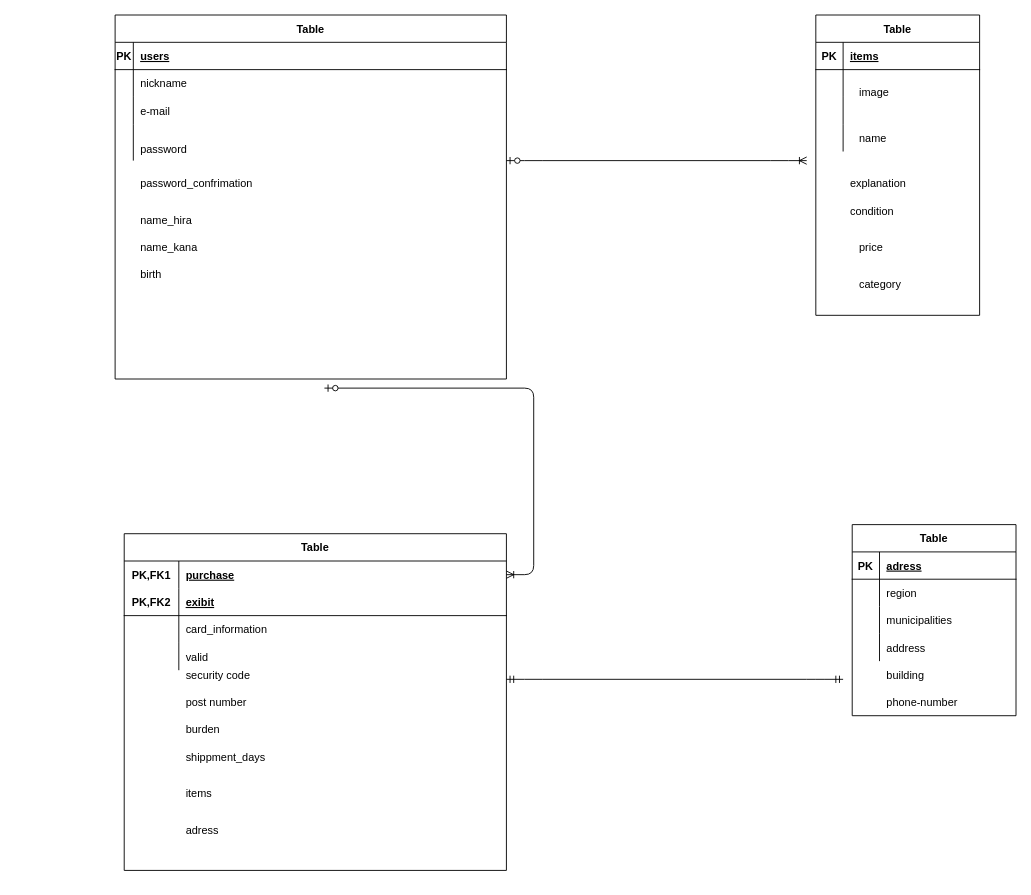
mikimm/furima-38386 keeps this draw.io diagram as test.dio. Above is the earlier version. Source tidied: cells renumbered, new cells numbered last; positions are measured from the earlier drawing's top-left corner, leaving out a move shared by most shapes. Both pictures are drawn from the tidied source at 91%, with x=0, y=0 at pixel (115, 15).
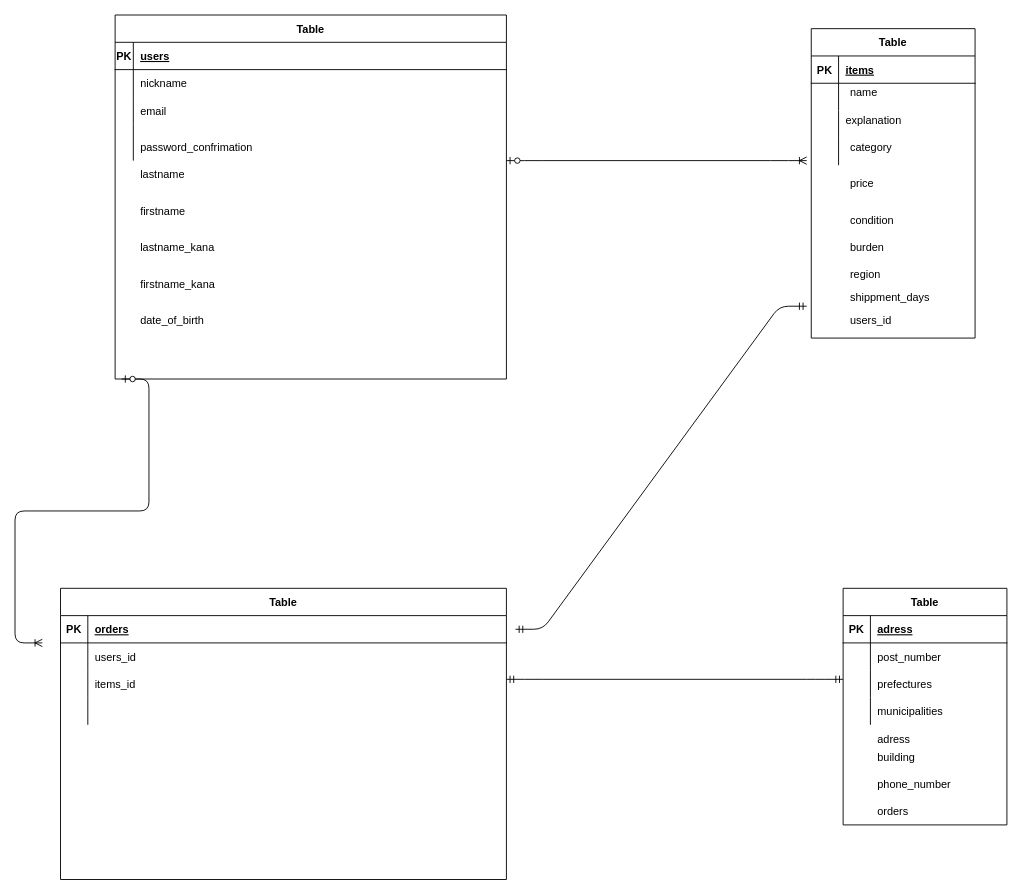
The same diagram, later.

Commit message (it also covers changes not shown here):
データベース設計修正

The change refers to these unchanged cells:
```xml
<mxCell id="22" style="shape=partialRectangle;fillColor=none;top=0;left=0;bottom=0;right=0;" parent="15" vertex="1">
  <mxGeometry y="90" width="430" height="30" as="geometry" />
</mxCell>
<mxCell id="25" style="shape=partialRectangle;fillColor=none;top=0;left=0;bottom=0;right=0;" parent="15" vertex="1">
  <mxGeometry y="120" width="430" height="40" as="geometry" />
</mxCell>
<mxCell id="55" style="shape=partialRectangle;fillColor=none;top=0;left=0;bottom=0;right=0;" parent="51" vertex="1">
  <mxGeometry y="60" width="180" height="30" as="geometry" />
</mxCell>
<mxCell id="58" style="shape=partialRectangle;fillColor=none;top=0;left=0;bottom=0;right=0;" parent="51" vertex="1">
  <mxGeometry y="90" width="180" height="30" as="geometry" />
</mxCell>
<mxCell id="61" style="shape=partialRectangle;fillColor=none;top=0;left=0;bottom=0;right=0;" parent="51" vertex="1">
  <mxGeometry y="120" width="180" height="30" as="geometry" />
</mxCell>
```

Diff of the diagram source:
```diff
@@
     <mxCell id="2" value="Table" style="shape=table;startSize=30;childLayout=tableLayout;rowLines=0;fontStyle=1;align=center;" parent="1" vertex="1">
-      <mxGeometry x="770" width="180" height="330" as="geometry" />
+      <mxGeometry x="765" y="15" width="180" height="340" as="geometry" />
     </mxCell>
@@
-    <mxCell id="24" value="e-mail" style="shape=partialRectangle;fillColor=none;top=0;left=0;bottom=0;right=0;align=left;spacingLeft=6;overflow=hidden;" parent="22" vertex="1">
+    <mxCell id="24" value="email" style="shape=partialRectangle;fillColor=none;top=0;left=0;bottom=0;right=0;align=left;spacingLeft=6;overflow=hidden;" parent="22" vertex="1">
       <mxGeometry x="20" width="410" height="30" as="geometry" />
     </mxCell>
@@
-    <mxCell id="27" value="&#10;password" style="shape=partialRectangle;fillColor=none;top=0;left=0;bottom=0;right=0;align=left;spacingLeft=6;overflow=hidden;" parent="25" vertex="1">
+    <mxCell id="27" style="shape=partialRectangle;fillColor=none;top=0;left=0;bottom=0;right=0;align=left;spacingLeft=6;overflow=hidden;" parent="25" vertex="1">
       <mxGeometry x="20" width="410" height="40" as="geometry" />
     </mxCell>
-    <mxCell id="28" value="Table" style="shape=table;startSize=30;childLayout=tableLayout;rowLines=0;fontStyle=1;align=center;" parent="1" vertex="1">
-      <mxGeometry x="10" y="570" width="420" height="370" as="geometry" />
-    </mxCell>
-    <mxCell id="29" style="shape=partialRectangle;fillColor=none;top=0;left=0;bottom=0;right=0;points=[[0,0.5],[1,0.5]];portConstraint=eastwest;" parent="28" vertex="1">
-      <mxGeometry y="30" width="420" height="30" as="geometry" />
-    </mxCell>
-    <mxCell id="30" value="PK,FK1" style="shape=partialRectangle;fillColor=none;top=0;left=0;bottom=0;right=0;fontStyle=1;overflow=hidden;" parent="29" vertex="1">
-      <mxGeometry width="60" height="30" as="geometry" />
-    </mxCell>
-    <mxCell id="31" value="purchase" style="shape=partialRectangle;fillColor=none;top=0;left=0;bottom=0;right=0;align=left;spacingLeft=6;fontStyle=5;overflow=hidden;" parent="29" vertex="1">
-      <mxGeometry x="60" width="360" height="30" as="geometry" />
-    </mxCell>
-    <mxCell id="32" style="shape=partialRectangle;fillColor=none;top=0;left=0;bottom=1;right=0;" parent="28" vertex="1">
-      <mxGeometry y="60" width="420" height="30" as="geometry" />
-    </mxCell>
-    <mxCell id="33" value="PK,FK2" style="shape=partialRectangle;fillColor=none;top=0;left=0;bottom=0;right=0;fontStyle=1;overflow=hidden;" parent="32" vertex="1">
-      <mxGeometry width="60" height="30" as="geometry" />
-    </mxCell>
-    <mxCell id="34" value="exibit" style="shape=partialRectangle;fillColor=none;top=0;left=0;bottom=0;right=0;align=left;spacingLeft=6;fontStyle=5;overflow=hidden;" parent="32" vertex="1">
-      <mxGeometry x="60" width="360" height="30" as="geometry" />
-    </mxCell>
-    <mxCell id="35" style="shape=partialRectangle;fillColor=none;top=0;left=0;bottom=0;right=0;" parent="28" vertex="1">
-      <mxGeometry y="90" width="420" height="30" as="geometry" />
-    </mxCell>
-    <mxCell id="36" style="shape=partialRectangle;fillColor=none;top=0;left=0;bottom=0;right=0;overflow=hidden;" parent="35" vertex="1">
-      <mxGeometry width="60" height="30" as="geometry" />
-    </mxCell>
-    <mxCell id="37" value="card_information" style="shape=partialRectangle;fillColor=none;top=0;left=0;bottom=0;right=0;align=left;spacingLeft=6;overflow=hidden;" parent="35" vertex="1">
-      <mxGeometry x="60" width="360" height="30" as="geometry" />
-    </mxCell>
-    <mxCell id="38" style="shape=partialRectangle;fillColor=none;top=0;left=0;bottom=0;right=0;" parent="28" vertex="1">
-      <mxGeometry y="120" width="420" height="30" as="geometry" />
-    </mxCell>
-    <mxCell id="39" style="shape=partialRectangle;fillColor=none;top=0;left=0;bottom=0;right=0;overflow=hidden;" parent="38" vertex="1">
-      <mxGeometry width="60" height="30" as="geometry" />
-    </mxCell>
-    <mxCell id="40" value="valid" style="shape=partialRectangle;fillColor=none;top=0;left=0;bottom=0;right=0;align=left;spacingLeft=6;overflow=hidden;" parent="38" vertex="1">
-      <mxGeometry x="60" width="360" height="30" as="geometry" />
-    </mxCell>
-    <mxCell id="41" value="birth" style="shape=partialRectangle;fillColor=none;top=0;left=0;bottom=0;right=0;align=left;spacingLeft=6;overflow=hidden;" parent="1" vertex="1">
-      <mxGeometry x="20" y="270" width="150" height="30" as="geometry" />
+    <mxCell id="41" value="date_of_birth" style="shape=partialRectangle;fillColor=none;top=0;left=0;bottom=0;right=0;align=left;spacingLeft=6;overflow=hidden;" parent="1" vertex="1">
+      <mxGeometry x="20" y="320" width="150" height="30" as="geometry" />
     </mxCell>
     <mxCell id="42" value="password_confrimation" style="shape=partialRectangle;fillColor=none;top=0;left=0;bottom=0;right=0;align=left;spacingLeft=6;overflow=hidden;" parent="1" vertex="1">
-      <mxGeometry x="20" y="170" width="150" height="30" as="geometry" />
+      <mxGeometry x="20" y="130" width="150" height="30" as="geometry" />
     </mxCell>
-    <mxCell id="43" value="name_hira" style="shape=partialRectangle;fillColor=none;top=0;left=0;bottom=0;right=0;align=left;spacingLeft=6;overflow=hidden;" parent="1" vertex="1">
-      <mxGeometry x="20" y="210" width="150" height="30" as="geometry" />
+    <mxCell id="43" value="lastname_kana" style="shape=partialRectangle;fillColor=none;top=0;left=0;bottom=0;right=0;align=left;spacingLeft=6;overflow=hidden;" parent="1" vertex="1">
+      <mxGeometry x="20" y="240" width="150" height="30" as="geometry" />
     </mxCell>
-    <mxCell id="44" value="name_kana" style="shape=partialRectangle;fillColor=none;top=0;left=0;bottom=0;right=0;align=left;spacingLeft=6;overflow=hidden;" parent="1" vertex="1">
-      <mxGeometry x="20" y="240" width="150" height="30" as="geometry" />
+    <mxCell id="44" value="firstname_kana" style="shape=partialRectangle;fillColor=none;top=0;left=0;bottom=0;right=0;align=left;spacingLeft=6;overflow=hidden;" parent="1" vertex="1">
+      <mxGeometry x="20" y="280" width="150" height="30" as="geometry" />
     </mxCell>
-    <mxCell id="45" value="security code" style="shape=partialRectangle;fillColor=none;top=0;left=0;bottom=0;right=0;align=left;spacingLeft=6;overflow=hidden;" parent="1" vertex="1">
-      <mxGeometry x="70" y="710" width="360" height="30" as="geometry" />
-    </mxCell>
-    <mxCell id="46" value="post number" style="shape=partialRectangle;fillColor=none;top=0;left=0;bottom=0;right=0;align=left;spacingLeft=6;overflow=hidden;" parent="1" vertex="1">
-      <mxGeometry x="70" y="740" width="360" height="30" as="geometry" />
-    </mxCell>
-    <mxCell id="47" value="shippment_days" style="shape=partialRectangle;fillColor=none;top=0;left=0;bottom=0;right=0;align=left;spacingLeft=6;overflow=hidden;" parent="1" vertex="1">
-      <mxGeometry x="70" y="800" width="360" height="30" as="geometry" />
-    </mxCell>
-    <mxCell id="48" value="burden" style="shape=partialRectangle;fillColor=none;top=0;left=0;bottom=0;right=0;align=left;spacingLeft=6;overflow=hidden;" parent="1" vertex="1">
+    <mxCell id="48" style="shape=partialRectangle;fillColor=none;top=0;left=0;bottom=0;right=0;align=left;spacingLeft=6;overflow=hidden;" parent="1" vertex="1">
       <mxGeometry x="70" y="770" width="360" height="30" as="geometry" />
     </mxCell>
-    <mxCell id="49" value="condition" style="shape=partialRectangle;fillColor=none;top=0;left=0;bottom=0;right=0;align=left;spacingLeft=6;overflow=hidden;" parent="1" vertex="1">
-      <mxGeometry x="800" y="200" width="90" height="30" as="geometry" />
+    <mxCell id="49" value="category" style="shape=partialRectangle;fillColor=none;top=0;left=0;bottom=0;right=0;align=left;spacingLeft=6;overflow=hidden;" parent="1" vertex="1">
+      <mxGeometry x="800" y="130" width="90" height="30" as="geometry" />
     </mxCell>
     <mxCell id="50" value="price" style="shape=partialRectangle;fillColor=none;top=0;left=0;bottom=0;right=0;align=left;spacingLeft=6;overflow=hidden;" parent="1" vertex="1">
-      <mxGeometry x="810" y="240" width="120" height="30" as="geometry" />
+      <mxGeometry x="800" y="170" width="120" height="30" as="geometry" />
     </mxCell>
     <mxCell id="51" value="Table" style="shape=table;startSize=30;childLayout=tableLayout;rowLines=0;fontStyle=1;align=center;" parent="1" vertex="1">
-      <mxGeometry x="810" y="560" width="180" height="210" as="geometry" />
+      <mxGeometry x="800" y="630" width="180" height="260" as="geometry" />
     </mxCell>
@@
-    <mxCell id="57" value="region" style="shape=partialRectangle;fillColor=none;top=0;left=0;bottom=0;right=0;align=left;spacingLeft=6;overflow=hidden;" parent="55" vertex="1">
+    <mxCell id="57" value="post_number" style="shape=partialRectangle;fillColor=none;top=0;left=0;bottom=0;right=0;align=left;spacingLeft=6;overflow=hidden;" parent="55" vertex="1">
       <mxGeometry x="30" width="150" height="30" as="geometry" />
     </mxCell>
@@
-    <mxCell id="60" value="municipalities" style="shape=partialRectangle;fillColor=none;top=0;left=0;bottom=0;right=0;align=left;spacingLeft=6;overflow=hidden;" parent="58" vertex="1">
+    <mxCell id="60" value="prefectures" style="shape=partialRectangle;fillColor=none;top=0;left=0;bottom=0;right=0;align=left;spacingLeft=6;overflow=hidden;" parent="58" vertex="1">
       <mxGeometry x="30" width="150" height="30" as="geometry" />
     </mxCell>
@@
-    <mxCell id="63" value="address" style="shape=partialRectangle;fillColor=none;top=0;left=0;bottom=0;right=0;align=left;spacingLeft=6;overflow=hidden;" parent="61" vertex="1">
+    <mxCell id="63" value="municipalities" style="shape=partialRectangle;fillColor=none;top=0;left=0;bottom=0;right=0;align=left;spacingLeft=6;overflow=hidden;" parent="61" vertex="1">
       <mxGeometry x="30" width="150" height="30" as="geometry" />
     </mxCell>
@@
-    <mxCell id="65" value="building" style="shape=partialRectangle;fillColor=none;top=0;left=0;bottom=0;right=0;align=left;spacingLeft=6;overflow=hidden;" parent="1" vertex="1">
-      <mxGeometry x="840" y="710" width="150" height="30" as="geometry" />
-    </mxCell>
-    <mxCell id="66" value="phone-number" style="shape=partialRectangle;fillColor=none;top=0;left=0;bottom=0;right=0;align=left;spacingLeft=6;overflow=hidden;" parent="1" vertex="1">
-      <mxGeometry x="840" y="740" width="150" height="30" as="geometry" />
-    </mxCell>
-    <mxCell id="67" value="image" style="shape=partialRectangle;fillColor=none;top=0;left=0;bottom=0;right=0;align=left;spacingLeft=6;overflow=hidden;" parent="1" vertex="1">
-      <mxGeometry x="810" y="70" width="150" height="30" as="geometry" />
-    </mxCell>
     <mxCell id="68" value="name" style="shape=partialRectangle;fillColor=none;top=0;left=0;bottom=0;right=0;align=left;spacingLeft=6;overflow=hidden;" parent="1" vertex="1">
-      <mxGeometry x="810" y="120" width="150" height="30" as="geometry" />
+      <mxGeometry x="800" y="70" width="150" height="30" as="geometry" />
     </mxCell>
     <mxCell id="69" value="explanation" style="shape=partialRectangle;fillColor=none;top=0;left=0;bottom=0;right=0;align=left;spacingLeft=6;overflow=hidden;" parent="1" vertex="1">
-      <mxGeometry x="800" y="170" width="150" height="30" as="geometry" />
+      <mxGeometry x="795" y="100" width="150" height="30" as="geometry" />
     </mxCell>
-    <mxCell id="70" value="category" style="shape=partialRectangle;fillColor=none;top=0;left=0;bottom=0;right=0;align=left;spacingLeft=6;overflow=hidden;" parent="1" vertex="1">
-      <mxGeometry x="810" y="280" width="120" height="30" as="geometry" />
+    <mxCell id="70" value="condition" style="shape=partialRectangle;fillColor=none;top=0;left=0;bottom=0;right=0;align=left;spacingLeft=6;overflow=hidden;" parent="1" vertex="1">
+      <mxGeometry x="800" y="210" width="120" height="30" as="geometry" />
     </mxCell>
-    <mxCell id="71" value="items" style="shape=partialRectangle;fillColor=none;top=0;left=0;bottom=0;right=0;align=left;spacingLeft=6;overflow=hidden;" parent="1" vertex="1">
-      <mxGeometry x="70" y="840" width="360" height="30" as="geometry" />
-    </mxCell>
-    <mxCell id="72" value="adress" style="shape=partialRectangle;fillColor=none;top=0;left=0;bottom=0;right=0;align=left;spacingLeft=6;overflow=hidden;" parent="1" vertex="1">
-      <mxGeometry x="70" y="880" width="360" height="30" as="geometry" />
-    </mxCell>
@@
-    <mxCell id="75" style="edgeStyle=entityRelationEdgeStyle;fontSize=12;html=1;endArrow=ERoneToMany;startArrow=ERzeroToOne;" parent="1" edge="1" target="29">
+    <mxCell id="75" style="edgeStyle=entityRelationEdgeStyle;fontSize=12;html=1;endArrow=ERoneToMany;startArrow=ERzeroToOne;" parent="1" edge="1">
       <mxGeometry relative="1" as="geometry">
-        <mxPoint x="230" y="410" as="sourcePoint" />
+        <mxPoint x="7.2" y="400" as="sourcePoint" />
+        <mxPoint x="-80" y="690" as="targetPoint" />
       </mxGeometry>
     </mxCell>
+    <mxCell id="76" value="firstname" style="shape=partialRectangle;fillColor=none;top=0;left=0;bottom=0;right=0;align=left;spacingLeft=6;overflow=hidden;" parent="1" vertex="1">
+      <mxGeometry x="20" y="200" width="150" height="30" as="geometry" />
+    </mxCell>
+    <mxCell id="77" value="lastname" style="shape=partialRectangle;fillColor=none;top=0;left=0;bottom=0;right=0;align=left;spacingLeft=6;overflow=hidden;" parent="1" vertex="1">
+      <mxGeometry x="20" y="160" width="150" height="30" as="geometry" />
+    </mxCell>
+    <mxCell id="78" value="burden" style="shape=partialRectangle;fillColor=none;top=0;left=0;bottom=0;right=0;align=left;spacingLeft=6;overflow=hidden;" parent="1" vertex="1">
+      <mxGeometry x="800" y="240" width="120" height="30" as="geometry" />
+    </mxCell>
+    <mxCell id="79" value="region" style="shape=partialRectangle;fillColor=none;top=0;left=0;bottom=0;right=0;align=left;spacingLeft=6;overflow=hidden;" parent="1" vertex="1">
+      <mxGeometry x="800" y="270" width="120" height="30" as="geometry" />
+    </mxCell>
+    <mxCell id="47" value="shippment_days" style="shape=partialRectangle;fillColor=none;top=0;left=0;bottom=0;right=0;align=left;spacingLeft=6;overflow=hidden;" parent="1" vertex="1">
+      <mxGeometry x="800" y="300" width="120" height="20" as="geometry" />
+    </mxCell>
+    <mxCell id="80" value="users_id" style="shape=partialRectangle;fillColor=none;top=0;left=0;bottom=0;right=0;align=left;spacingLeft=6;overflow=hidden;" parent="1" vertex="1">
+      <mxGeometry x="800" y="325" width="120" height="20" as="geometry" />
+    </mxCell>
+    <mxCell id="28" value="Table" style="shape=table;startSize=30;childLayout=tableLayout;rowLines=0;fontStyle=1;align=center;" parent="1" vertex="1">
+      <mxGeometry x="-60" y="630" width="490" height="320" as="geometry" />
+    </mxCell>
+    <mxCell id="81" style="shape=partialRectangle;fillColor=none;top=0;left=0;bottom=1;right=0;" parent="28" vertex="1">
+      <mxGeometry y="30" width="490" height="30" as="geometry" />
+    </mxCell>
+    <mxCell id="82" value="PK" style="shape=partialRectangle;fillColor=none;top=0;left=0;bottom=0;right=0;fontStyle=1;overflow=hidden;" parent="81" vertex="1">
+      <mxGeometry width="30" height="30" as="geometry" />
+    </mxCell>
+    <mxCell id="83" value="orders" style="shape=partialRectangle;fillColor=none;top=0;left=0;bottom=0;right=0;align=left;spacingLeft=6;fontStyle=5;overflow=hidden;" parent="81" vertex="1">
+      <mxGeometry x="30" width="460" height="30" as="geometry" />
+    </mxCell>
+    <mxCell id="84" style="shape=partialRectangle;fillColor=none;top=0;left=0;bottom=0;right=0;" parent="28" vertex="1">
+      <mxGeometry y="60" width="490" height="30" as="geometry" />
+    </mxCell>
+    <mxCell id="85" style="shape=partialRectangle;fillColor=none;top=0;left=0;bottom=0;right=0;overflow=hidden;" parent="84" vertex="1">
+      <mxGeometry width="30" height="30" as="geometry" />
+    </mxCell>
+    <mxCell id="86" value="users_id" style="shape=partialRectangle;fillColor=none;top=0;left=0;bottom=0;right=0;align=left;spacingLeft=6;overflow=hidden;" parent="84" vertex="1">
+      <mxGeometry x="30" width="460" height="30" as="geometry" />
+    </mxCell>
+    <mxCell id="87" style="shape=partialRectangle;fillColor=none;top=0;left=0;bottom=0;right=0;" parent="28" vertex="1">
+      <mxGeometry y="90" width="490" height="30" as="geometry" />
+    </mxCell>
+    <mxCell id="88" style="shape=partialRectangle;fillColor=none;top=0;left=0;bottom=0;right=0;overflow=hidden;" parent="87" vertex="1">
+      <mxGeometry width="30" height="30" as="geometry" />
+    </mxCell>
+    <mxCell id="89" value="items_id" style="shape=partialRectangle;fillColor=none;top=0;left=0;bottom=0;right=0;align=left;spacingLeft=6;overflow=hidden;" parent="87" vertex="1">
+      <mxGeometry x="30" width="460" height="30" as="geometry" />
+    </mxCell>
+    <mxCell id="90" style="shape=partialRectangle;fillColor=none;top=0;left=0;bottom=0;right=0;" parent="28" vertex="1">
+      <mxGeometry y="120" width="490" height="30" as="geometry" />
+    </mxCell>
+    <mxCell id="91" style="shape=partialRectangle;fillColor=none;top=0;left=0;bottom=0;right=0;overflow=hidden;" parent="90" vertex="1">
+      <mxGeometry width="30" height="30" as="geometry" />
+    </mxCell>
+    <mxCell id="92" style="shape=partialRectangle;fillColor=none;top=0;left=0;bottom=0;right=0;align=left;spacingLeft=6;overflow=hidden;" parent="90" vertex="1">
+      <mxGeometry x="30" width="460" height="30" as="geometry" />
+    </mxCell>
+    <mxCell id="93" style="edgeStyle=entityRelationEdgeStyle;fontSize=12;html=1;endArrow=ERmandOne;startArrow=ERmandOne;" parent="1" edge="1">
+      <mxGeometry relative="1" as="geometry">
+        <mxPoint x="440" y="675" as="sourcePoint" />
+        <mxPoint x="760" y="320" as="targetPoint" />
+      </mxGeometry>
+    </mxCell>
+    <mxCell id="72" value="adress" style="shape=partialRectangle;fillColor=none;top=0;left=0;bottom=0;right=0;align=left;spacingLeft=6;overflow=hidden;" parent="1" vertex="1">
+      <mxGeometry x="830" y="780" width="150" height="30" as="geometry" />
+    </mxCell>
+    <mxCell id="65" value="building" style="shape=partialRectangle;fillColor=none;top=0;left=0;bottom=0;right=0;align=left;spacingLeft=6;overflow=hidden;" parent="1" vertex="1">
+      <mxGeometry x="830" y="800" width="150" height="30" as="geometry" />
+    </mxCell>
+    <mxCell id="94" value="phone_number" style="shape=partialRectangle;fillColor=none;top=0;left=0;bottom=0;right=0;align=left;spacingLeft=6;overflow=hidden;" parent="1" vertex="1">
+      <mxGeometry x="830" y="830" width="150" height="30" as="geometry" />
+    </mxCell>
+    <mxCell id="95" value="orders" style="shape=partialRectangle;fillColor=none;top=0;left=0;bottom=0;right=0;align=left;spacingLeft=6;overflow=hidden;" parent="1" vertex="1">
+      <mxGeometry x="830" y="860" width="150" height="30" as="geometry" />
+    </mxCell>
```
